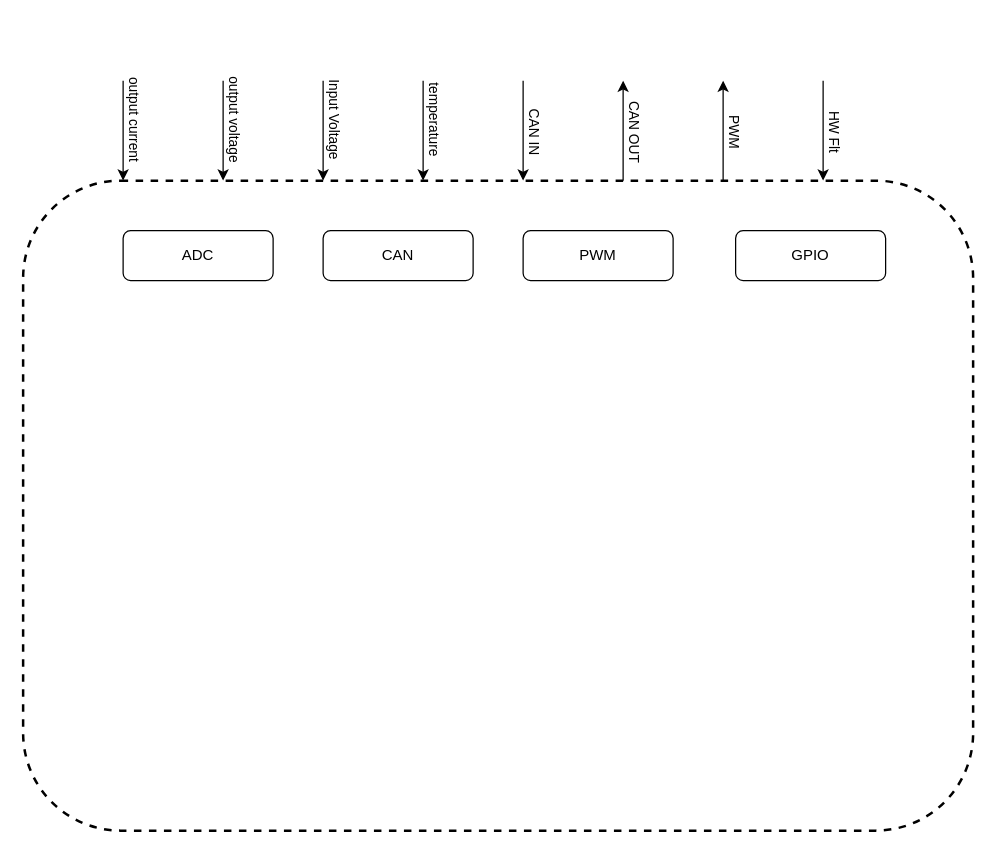
Above: page "DCDC_blockdiagram" (4 of 4) of DCDCArchitectureSF.drawio in chdev2011/temp (draw.io), before the change. Source tidied: cells renumbered, new cells numbered last; positions are measured from the earlier drawing's top-left corner, leaving out a move shared by most shapes. Both pictures are drawn from the tidied source at 125%, with x=0, y=0 at pixel (22, 80).
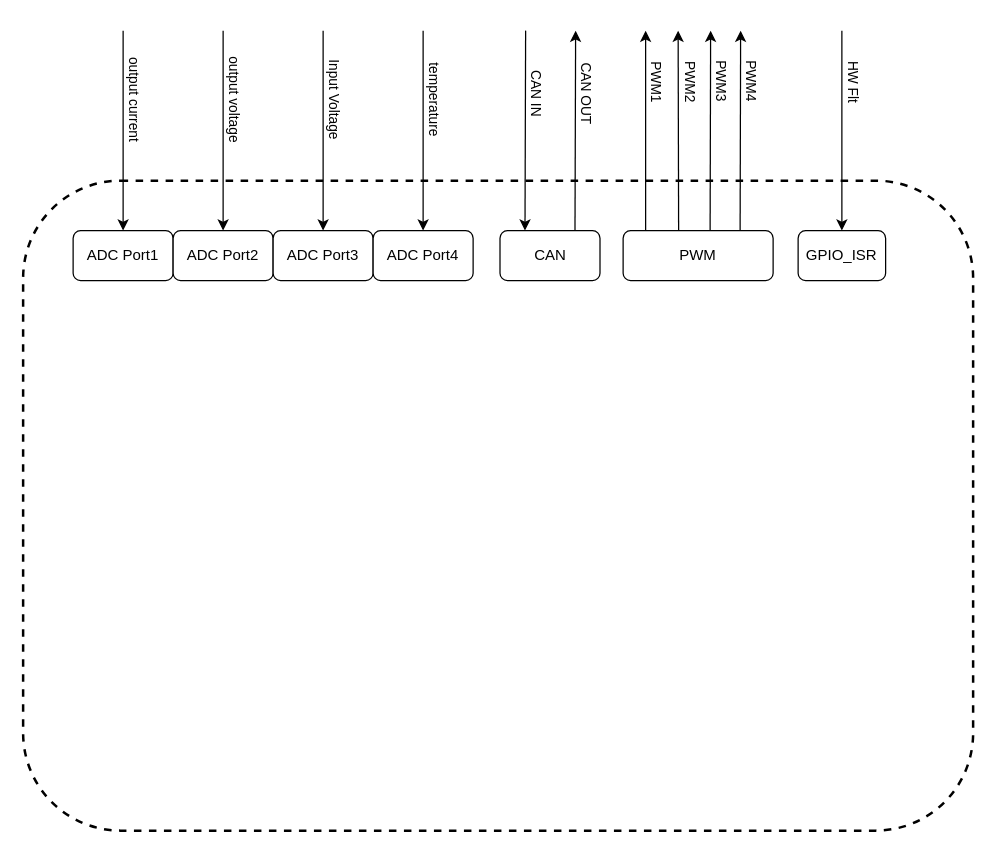
The same diagram, later.

What changed in the source:
```diff
@@
-    <mxCell id="3" style="rounded=0;orthogonalLoop=1;jettySize=auto;html=1;exitX=0.25;exitY=0;exitDx=0;exitDy=0;strokeColor=default;endArrow=none;endFill=0;startArrow=classic;startFill=1;" parent="1" edge="1">
+    <mxCell id="3" style="rounded=0;jettySize=auto;html=1;exitX=0.5;exitY=0;exitDx=0;exitDy=0;strokeColor=default;endArrow=none;endFill=0;startArrow=classic;startFill=1;" parent="1" edge="1" source="17">
       <mxGeometry relative="1" as="geometry">
-        <mxPoint x="80" y="80" as="sourcePoint" />
-        <mxPoint x="80" as="targetPoint" />
+        <mxPoint x="80" y="-40" as="targetPoint" />
       </mxGeometry>
     </mxCell>
@@
-    <mxCell id="5" style="rounded=0;orthogonalLoop=1;jettySize=auto;html=1;exitX=0.25;exitY=0;exitDx=0;exitDy=0;strokeColor=default;endArrow=none;endFill=0;startArrow=classic;startFill=1;" parent="1" edge="1">
+    <mxCell id="5" style="rounded=0;jettySize=auto;html=1;strokeColor=default;endArrow=none;endFill=0;startArrow=classic;startFill=1;" parent="1" edge="1" source="23">
       <mxGeometry relative="1" as="geometry">
-        <mxPoint x="160" y="80" as="sourcePoint" />
-        <mxPoint x="160" as="targetPoint" />
+        <mxPoint x="160" y="-40" as="targetPoint" />
       </mxGeometry>
     </mxCell>
@@
-    <mxCell id="7" style="rounded=0;orthogonalLoop=1;jettySize=auto;html=1;exitX=0.25;exitY=0;exitDx=0;exitDy=0;strokeColor=default;endArrow=none;endFill=0;startArrow=classic;startFill=1;" parent="1" edge="1">
+    <mxCell id="7" style="rounded=0;jettySize=auto;html=1;exitX=0.5;exitY=0;exitDx=0;exitDy=0;strokeColor=default;endArrow=none;endFill=0;startArrow=classic;startFill=1;" parent="1" edge="1" source="24">
       <mxGeometry relative="1" as="geometry">
-        <mxPoint x="240" y="80" as="sourcePoint" />
-        <mxPoint x="240" as="targetPoint" />
+        <mxPoint x="240" y="-40" as="targetPoint" />
       </mxGeometry>
     </mxCell>
@@
-    <mxCell id="9" style="rounded=0;orthogonalLoop=1;jettySize=auto;html=1;exitX=0.25;exitY=0;exitDx=0;exitDy=0;strokeColor=default;endArrow=none;endFill=0;startArrow=classic;startFill=1;" parent="1" edge="1">
+    <mxCell id="9" style="rounded=0;jettySize=auto;html=1;exitX=0.5;exitY=0;exitDx=0;exitDy=0;strokeColor=default;endArrow=none;endFill=0;startArrow=classic;startFill=1;" parent="1" edge="1" source="25">
       <mxGeometry relative="1" as="geometry">
-        <mxPoint x="320" y="80" as="sourcePoint" />
-        <mxPoint x="320" as="targetPoint" />
+        <mxPoint x="320" y="-40" as="targetPoint" />
       </mxGeometry>
     </mxCell>
@@
-    <mxCell id="11" style="rounded=0;orthogonalLoop=1;jettySize=auto;html=1;exitX=0.25;exitY=0;exitDx=0;exitDy=0;strokeColor=default;endArrow=none;endFill=0;startArrow=classic;startFill=1;" parent="1" edge="1">
+    <mxCell id="11" style="rounded=0;jettySize=auto;html=1;exitX=0.25;exitY=0;exitDx=0;exitDy=0;strokeColor=default;endArrow=none;endFill=0;startArrow=classic;startFill=1;" parent="1" edge="1" source="18">
       <mxGeometry relative="1" as="geometry">
-        <mxPoint x="400" y="80" as="sourcePoint" />
-        <mxPoint x="400" as="targetPoint" />
+        <mxPoint x="402" y="-40" as="targetPoint" />
       </mxGeometry>
     </mxCell>
     <mxCell id="12" value="CAN IN" style="edgeLabel;html=1;align=center;verticalAlign=middle;rotation=90;" parent="11" vertex="1">
       <mxGeometry x="0.4" y="-1" relative="1" as="geometry">
-        <mxPoint x="9" y="16" as="offset" />
+        <mxPoint x="9" y="2" as="offset" />
       </mxGeometry>
     </mxCell>
-    <mxCell id="13" style="rounded=0;orthogonalLoop=1;jettySize=auto;html=1;exitX=0.25;exitY=0;exitDx=0;exitDy=0;strokeColor=default;endArrow=classic;endFill=1;startArrow=none;startFill=0;" parent="1" edge="1">
+    <mxCell id="13" style="rounded=0;jettySize=auto;html=1;exitX=0.75;exitY=0;exitDx=0;exitDy=0;strokeColor=default;endArrow=classic;endFill=1;startArrow=none;startFill=0;" parent="1" edge="1" source="18">
       <mxGeometry relative="1" as="geometry">
-        <mxPoint x="480" y="80" as="sourcePoint" />
-        <mxPoint x="480" as="targetPoint" />
+        <mxPoint x="442" y="-40" as="targetPoint" />
       </mxGeometry>
     </mxCell>
     <mxCell id="14" value="CAN OUT" style="edgeLabel;html=1;align=center;verticalAlign=middle;rotation=90;" parent="13" vertex="1">
       <mxGeometry x="0.4" y="-1" relative="1" as="geometry">
-        <mxPoint x="9" y="16" as="offset" />
+        <mxPoint x="9" y="2" as="offset" />
       </mxGeometry>
     </mxCell>
-    <mxCell id="15" style="rounded=0;orthogonalLoop=1;jettySize=auto;html=1;exitX=0.25;exitY=0;exitDx=0;exitDy=0;strokeColor=default;endArrow=classic;endFill=1;startArrow=none;startFill=0;" parent="1" edge="1">
+    <mxCell id="15" style="rounded=0;jettySize=auto;html=1;exitX=0.15;exitY=0;exitDx=0;exitDy=0;strokeColor=default;endArrow=classic;endFill=1;startArrow=none;startFill=0;exitPerimeter=0;" parent="1" edge="1" source="19">
       <mxGeometry relative="1" as="geometry">
-        <mxPoint x="560" y="80" as="sourcePoint" />
-        <mxPoint x="560" as="targetPoint" />
+        <mxPoint x="498" y="-40" as="targetPoint" />
       </mxGeometry>
     </mxCell>
-    <mxCell id="16" value="PWM" style="edgeLabel;html=1;align=center;verticalAlign=middle;rotation=90;" parent="15" vertex="1">
+    <mxCell id="16" value="PWM1" style="edgeLabel;html=1;align=center;verticalAlign=middle;rotation=90;" parent="15" vertex="1">
       <mxGeometry x="0.4" y="-1" relative="1" as="geometry">
-        <mxPoint x="9" y="16" as="offset" />
+        <mxPoint x="9" y="-8" as="offset" />
       </mxGeometry>
     </mxCell>
-    <mxCell id="17" value="ADC" style="rounded=1;whiteSpace=wrap;html=1;" parent="1" vertex="1">
-      <mxGeometry x="80" y="120" width="120" height="40" as="geometry" />
+    <mxCell id="17" value="ADC Port1" style="rounded=1;whiteSpace=wrap;html=1;fillColor=light-dark(#FFFFFF,#666666);" parent="1" vertex="1">
+      <mxGeometry x="40" y="120" width="80" height="40" as="geometry" />
     </mxCell>
     <mxCell id="18" value="CAN" style="rounded=1;whiteSpace=wrap;html=1;" parent="1" vertex="1">
-      <mxGeometry x="240" y="120" width="120" height="40" as="geometry" />
+      <mxGeometry x="381.5" y="120" width="80" height="40" as="geometry" />
     </mxCell>
-    <mxCell id="19" value="PWM" style="rounded=1;whiteSpace=wrap;html=1;" parent="1" vertex="1">
-      <mxGeometry x="400" y="120" width="120" height="40" as="geometry" />
+    <mxCell id="19" value="PWM" style="rounded=1;whiteSpace=wrap;html=1;points=[[0,0.25,0,0,0],[0,0.5,0,0,0],[0,0.75,0,0,0],[0,1,0,0,0],[0.15,0,0,0,0],[0.25,1,0,0,0],[0.37,0,0,0,0],[0.5,1,0,0,0],[0.58,0,0,0,0],[0.75,1,0,0,0],[0.78,0,0,0,0],[0.88,1,0,0,0],[1,0.25,0,0,0],[1,0.5,0,0,0],[1,0.75,0,0,0],[1,1,0,0,0]];" parent="1" vertex="1">
+      <mxGeometry x="480" y="120" width="120" height="40" as="geometry" />
     </mxCell>
-    <mxCell id="20" value="GPIO" style="rounded=1;whiteSpace=wrap;html=1;" parent="1" vertex="1">
-      <mxGeometry x="570" y="120" width="120" height="40" as="geometry" />
+    <mxCell id="20" value="GPIO_ISR" style="rounded=1;whiteSpace=wrap;html=1;" parent="1" vertex="1">
+      <mxGeometry x="620" y="120" width="70" height="40" as="geometry" />
     </mxCell>
-    <mxCell id="21" style="rounded=0;orthogonalLoop=1;jettySize=auto;html=1;exitX=0.25;exitY=0;exitDx=0;exitDy=0;strokeColor=default;endArrow=none;endFill=0;startArrow=classic;startFill=1;" parent="1" edge="1">
+    <mxCell id="21" style="rounded=0;jettySize=auto;html=1;exitX=0.5;exitY=0;exitDx=0;exitDy=0;strokeColor=default;endArrow=none;endFill=0;startArrow=classic;startFill=1;" parent="1" edge="1" source="20">
       <mxGeometry relative="1" as="geometry">
-        <mxPoint x="640" y="80" as="sourcePoint" />
-        <mxPoint x="640" as="targetPoint" />
+        <mxPoint x="655" y="-40" as="targetPoint" />
       </mxGeometry>
     </mxCell>
     <mxCell id="22" value="HW Flt" style="edgeLabel;html=1;align=center;verticalAlign=middle;rotation=90;" parent="21" vertex="1">
       <mxGeometry x="0.4" y="-1" relative="1" as="geometry">
-        <mxPoint x="9" y="16" as="offset" />
+        <mxPoint x="9" y="-8" as="offset" />
       </mxGeometry>
     </mxCell>
+    <mxCell id="23" value="ADC Port2" style="rounded=1;whiteSpace=wrap;html=1;" parent="1" vertex="1">
+      <mxGeometry x="120" y="120" width="80" height="40" as="geometry" />
+    </mxCell>
+    <mxCell id="24" value="ADC Port3" style="rounded=1;whiteSpace=wrap;html=1;" parent="1" vertex="1">
+      <mxGeometry x="200" y="120" width="80" height="40" as="geometry" />
+    </mxCell>
+    <mxCell id="25" value="ADC Port4" style="rounded=1;whiteSpace=wrap;html=1;" parent="1" vertex="1">
+      <mxGeometry x="280" y="120" width="80" height="40" as="geometry" />
+    </mxCell>
+    <mxCell id="26" style="rounded=0;jettySize=auto;html=1;exitX=0.37;exitY=0;exitDx=0;exitDy=0;strokeColor=default;endArrow=classic;endFill=1;startArrow=none;startFill=0;exitPerimeter=0;" parent="1" edge="1" source="19">
+      <mxGeometry relative="1" as="geometry">
+        <mxPoint x="524" y="-40" as="targetPoint" />
+      </mxGeometry>
+    </mxCell>
+    <mxCell id="27" value="PWM2" style="edgeLabel;html=1;align=center;verticalAlign=middle;rotation=90;" parent="26" vertex="1">
+      <mxGeometry x="0.4" y="-1" relative="1" as="geometry">
+        <mxPoint x="9" y="-8" as="offset" />
+      </mxGeometry>
+    </mxCell>
+    <mxCell id="28" style="rounded=0;jettySize=auto;html=1;exitX=0.58;exitY=0;exitDx=0;exitDy=0;strokeColor=default;endArrow=classic;endFill=1;startArrow=none;startFill=0;exitPerimeter=0;" parent="1" edge="1" source="19">
+      <mxGeometry relative="1" as="geometry">
+        <mxPoint x="550" y="-40" as="targetPoint" />
+      </mxGeometry>
+    </mxCell>
+    <mxCell id="29" value="PWM3" style="edgeLabel;html=1;align=center;verticalAlign=middle;rotation=90;" parent="28" vertex="1">
+      <mxGeometry x="0.4" y="-1" relative="1" as="geometry">
+        <mxPoint x="9" y="-8" as="offset" />
+      </mxGeometry>
+    </mxCell>
+    <mxCell id="30" style="rounded=0;jettySize=auto;html=1;exitX=0.78;exitY=0;exitDx=0;exitDy=0;strokeColor=default;endArrow=classic;endFill=1;startArrow=none;startFill=0;exitPerimeter=0;" parent="1" edge="1" source="19">
+      <mxGeometry relative="1" as="geometry">
+        <mxPoint x="574" y="-40" as="targetPoint" />
+      </mxGeometry>
+    </mxCell>
+    <mxCell id="31" value="PWM4" style="edgeLabel;html=1;align=center;verticalAlign=middle;rotation=90;" parent="30" vertex="1">
+      <mxGeometry x="0.4" y="-1" relative="1" as="geometry">
+        <mxPoint x="9" y="-8" as="offset" />
+      </mxGeometry>
+    </mxCell>
```
